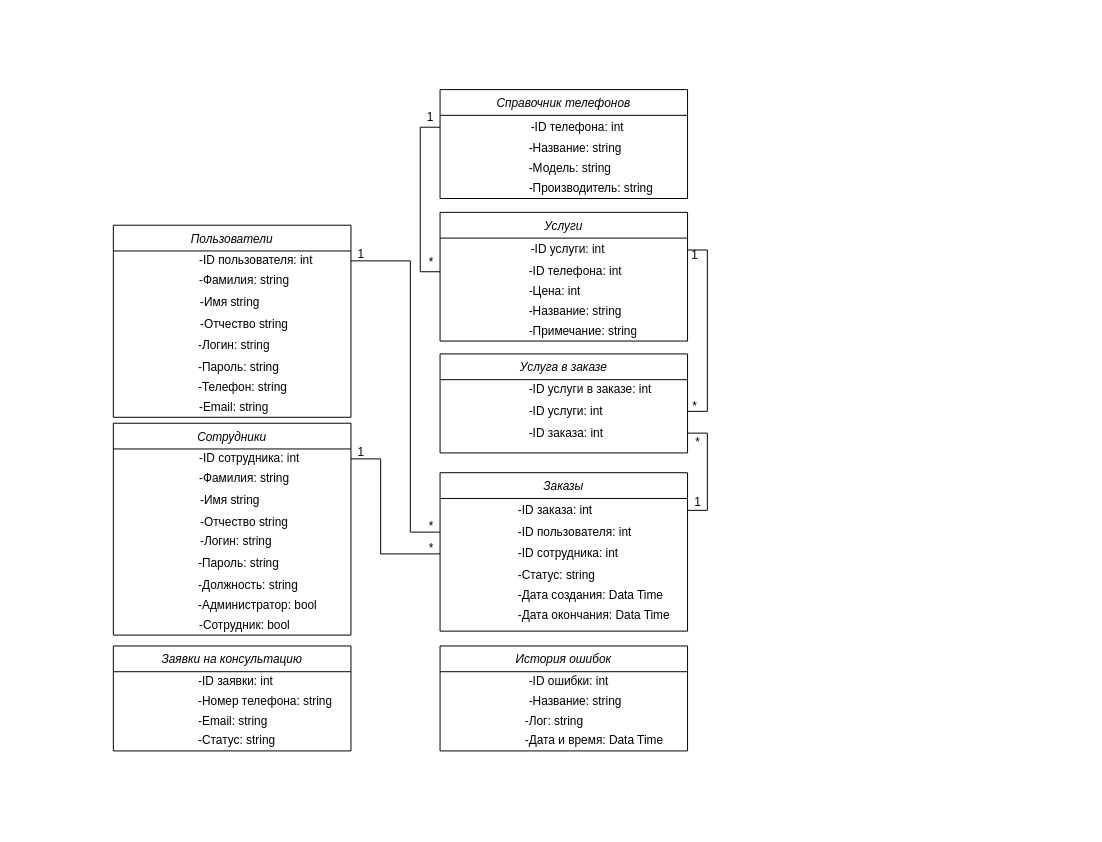
Above: page "Логическая диаграмма классов приложения" (2 of 5) of Курсач/Диаграммы/Диаграмма классов анализа.drawio in JolyBin/Valeriy (draw.io), before the change. Source tidied: cells renumbered, new cells numbered last; positions are measured from the earlier drawing's top-left corner, leaving out a move shared by most shapes. Both pictures are drawn from the tidied source at 99%, with x=0, y=0 at pixel (113, 89).
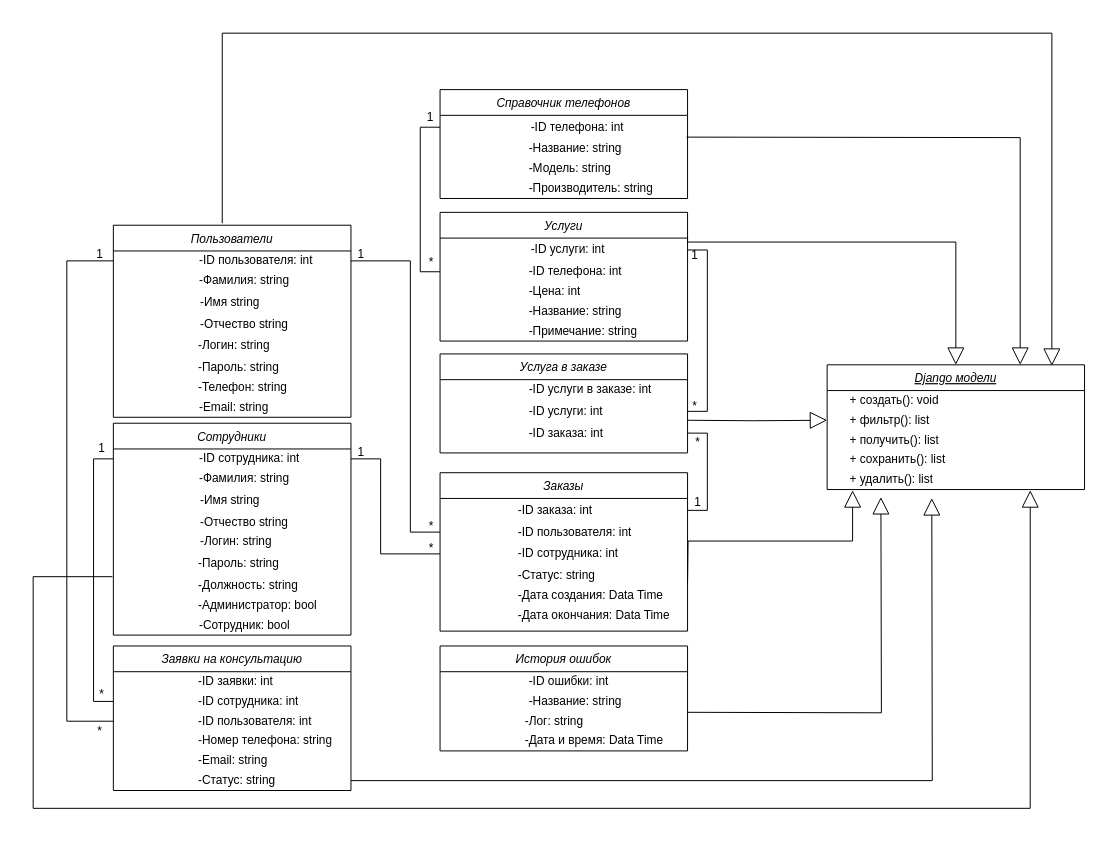
After the change.

Unchanged cells that the change refers to:
```xml
<mxCell id="4" style="shape=partialRectangle;html=1;whiteSpace=wrap;fillColor=none;top=0;left=0;bottom=0;right=0;points=[[0,0.5],[1,0.5]];portConstraint=eastwest;" parent="3" vertex="1">
  <mxGeometry width="240" height="20" as="geometry" />
</mxCell>
<mxCell id="32" style="shape=partialRectangle;html=1;whiteSpace=wrap;fillColor=none;top=0;left=0;bottom=0;right=0;points=[[0,0.5],[1,0.5]];portConstraint=eastwest;" parent="31" vertex="1">
  <mxGeometry y="26" width="240" height="20" as="geometry" />
</mxCell>
<mxCell id="53" style="shape=partialRectangle;html=1;whiteSpace=wrap;fillColor=none;top=0;left=0;bottom=0;right=0;points=[[0,0.5],[1,0.5]];portConstraint=eastwest;" parent="49" vertex="1">
  <mxGeometry y="24" width="240" height="20" as="geometry" />
</mxCell>
<mxCell id="65" style="shape=partialRectangle;html=1;whiteSpace=wrap;fillColor=none;top=0;left=0;bottom=0;right=0;points=[[0,0.5],[1,0.5]];portConstraint=eastwest;" parent="64" vertex="1">
  <mxGeometry width="240" height="20" as="geometry" />
</mxCell>
```

Change to the diagram source:
```diff
@@
     <mxCell id="63" value="Заявки на консультацию" style="swimlane;fontStyle=2;align=center;verticalAlign=top;horizontal=1;startSize=26;rounded=0;shadow=0;strokeWidth=1;" parent="1" vertex="1">
-      <mxGeometry y="562" width="240" height="106" as="geometry" />
+      <mxGeometry y="562" width="240" height="146" as="geometry" />
     </mxCell>
+    <mxCell id="168" style="shape=partialRectangle;html=1;whiteSpace=wrap;fillColor=none;top=0;left=0;bottom=0;right=0;" parent="63" vertex="1">
+      <mxGeometry y="26" width="240" height="20" as="geometry" />
+    </mxCell>
+    <mxCell id="169" style="shape=partialRectangle;html=1;whiteSpace=wrap;overflow=hidden;fillColor=none;top=0;left=0;bottom=0;right=0;align=left;" parent="168" vertex="1">
+      <mxGeometry width="84" height="20" as="geometry" />
+    </mxCell>
+    <mxCell id="170" value="-ID заявки: int" style="shape=partialRectangle;html=1;whiteSpace=wrap;overflow=hidden;fillColor=none;top=0;left=0;bottom=0;right=0;align=left;" parent="168" vertex="1">
+      <mxGeometry x="84" width="156" height="20" as="geometry" />
+    </mxCell>
+    <mxCell id="171" style="shape=partialRectangle;html=1;whiteSpace=wrap;fillColor=none;top=0;left=0;bottom=0;right=0;points=[[0,0.5],[1,0.5]];portConstraint=eastwest;" parent="63" vertex="1">
+      <mxGeometry y="46" width="240" height="20" as="geometry" />
+    </mxCell>
+    <mxCell id="172" style="shape=partialRectangle;html=1;whiteSpace=wrap;overflow=hidden;fillColor=none;top=0;left=0;bottom=0;right=0;align=left;" parent="171" vertex="1">
+      <mxGeometry width="84" height="20" as="geometry" />
+    </mxCell>
+    <mxCell id="173" value="-ID сотрудника: int" style="shape=partialRectangle;html=1;whiteSpace=wrap;overflow=hidden;fillColor=none;top=0;left=0;bottom=0;right=0;align=left;" parent="171" vertex="1">
+      <mxGeometry x="84" width="156" height="20" as="geometry" />
+    </mxCell>
     <mxCell id="64" style="shape=table;html=1;whiteSpace=wrap;startSize=0;childLayout=tableLayout;fillColor=none;align=left;strokeColor=none;" parent="63" vertex="1">
-      <mxGeometry y="26" width="240" height="40" as="geometry" />
+      <mxGeometry y="66" width="240" height="40" as="geometry" />
     </mxCell>
@@
-    <mxCell id="67" value="-ID заявки: int" style="shape=partialRectangle;html=1;whiteSpace=wrap;overflow=hidden;fillColor=none;top=0;left=0;bottom=0;right=0;align=left;" parent="65" vertex="1">
+    <mxCell id="67" value="-ID пользователя: int" style="shape=partialRectangle;html=1;whiteSpace=wrap;overflow=hidden;fillColor=none;top=0;left=0;bottom=0;right=0;align=left;" parent="65" vertex="1">
       <mxGeometry x="84" width="156" height="20" as="geometry" />
     </mxCell>
@@
     <mxCell id="71" style="shape=partialRectangle;html=1;whiteSpace=wrap;fillColor=none;top=0;left=0;bottom=0;right=0;" parent="63" vertex="1">
-      <mxGeometry y="66" width="240" height="20" as="geometry" />
+      <mxGeometry y="106" width="240" height="20" as="geometry" />
     </mxCell>
@@
     <mxCell id="74" style="shape=partialRectangle;html=1;whiteSpace=wrap;fillColor=none;top=0;left=0;bottom=0;right=0;points=[[0,0.5],[1,0.5]];portConstraint=eastwest;" parent="63" vertex="1">
-      <mxGeometry y="86" width="240" height="20" as="geometry" />
+      <mxGeometry y="126" width="240" height="20" as="geometry" />
     </mxCell>
@@
+    <mxCell id="174" style="edgeStyle=orthogonalEdgeStyle;rounded=0;jettySize=auto;html=1;exitX=0;exitY=0.5;exitDx=0;exitDy=0;entryX=0;entryY=0.5;entryDx=0;entryDy=0;endArrow=none;endFill=0;" parent="1" edge="1" source="4" target="65">
+      <mxGeometry relative="1" as="geometry">
+        <Array as="points">
+          <mxPoint x="-47" y="173" />
+          <mxPoint x="-47" y="638" />
+        </Array>
+      </mxGeometry>
+    </mxCell>
+    <mxCell id="175" value="1" style="text;html=1;align=center;verticalAlign=middle;" parent="1" vertex="1">
+      <mxGeometry x="-24" y="157" width="20" height="20" as="geometry" />
+    </mxCell>
+    <mxCell id="176" value="*" style="text;html=1;align=center;verticalAlign=middle;" parent="1" vertex="1">
+      <mxGeometry x="-24" y="638" width="20" height="20" as="geometry" />
+    </mxCell>
+    <mxCell id="177" style="edgeStyle=orthogonalEdgeStyle;rounded=0;jettySize=auto;html=1;exitX=0;exitY=0.5;exitDx=0;exitDy=0;entryX=0;entryY=0.5;entryDx=0;entryDy=0;endArrow=none;endFill=0;" parent="1" edge="1" source="32" target="171">
+      <mxGeometry relative="1" as="geometry" />
+    </mxCell>
+    <mxCell id="178" value="1" style="text;html=1;align=center;verticalAlign=middle;" parent="1" vertex="1">
+      <mxGeometry x="-22" y="353" width="20" height="20" as="geometry" />
+    </mxCell>
+    <mxCell id="179" value="*" style="text;html=1;align=center;verticalAlign=middle;" parent="1" vertex="1">
+      <mxGeometry x="-22" y="601" width="20" height="20" as="geometry" />
+    </mxCell>
+    <mxCell id="180" style="edgeStyle=orthogonalEdgeStyle;rounded=0;jettySize=auto;html=1;exitX=1;exitY=0;exitDx=0;exitDy=0;endArrow=block;endFill=0;endSize=15;" parent="1" edge="1" target="188">
+      <mxGeometry relative="1" as="geometry">
+        <mxPoint x="580" y="148" as="sourcePoint" />
+        <Array as="points">
+          <mxPoint x="580" y="154" />
+          <mxPoint x="851" y="154" />
+        </Array>
+      </mxGeometry>
+    </mxCell>
+    <mxCell id="181" style="edgeStyle=orthogonalEdgeStyle;rounded=0;jettySize=auto;html=1;entryX=0.873;entryY=0.008;entryDx=0;entryDy=0;endArrow=block;endFill=0;entryPerimeter=0;endSize=15;" parent="1" edge="1" target="188">
+      <mxGeometry relative="1" as="geometry">
+        <mxPoint x="110" y="135" as="sourcePoint" />
+        <Array as="points">
+          <mxPoint x="110" y="-57" />
+          <mxPoint x="948" y="-57" />
+        </Array>
+      </mxGeometry>
+    </mxCell>
+    <mxCell id="182" style="edgeStyle=orthogonalEdgeStyle;rounded=0;jettySize=auto;html=1;exitX=1;exitY=0.5;exitDx=0;exitDy=0;endArrow=block;endFill=0;endSize=15;" parent="1" edge="1" source="74">
+      <mxGeometry relative="1" as="geometry">
+        <mxPoint x="826.7" y="412.7" as="targetPoint" />
+      </mxGeometry>
+    </mxCell>
+    <mxCell id="183" style="edgeStyle=orthogonalEdgeStyle;rounded=0;jettySize=auto;html=1;exitX=1;exitY=0.5;exitDx=0;exitDy=0;entryX=0.75;entryY=0;entryDx=0;entryDy=0;endArrow=block;endFill=0;endSize=15;" parent="1" edge="1" target="188">
+      <mxGeometry relative="1" as="geometry">
+        <mxPoint x="579" y="48" as="sourcePoint" />
+      </mxGeometry>
+    </mxCell>
+    <mxCell id="184" style="edgeStyle=orthogonalEdgeStyle;rounded=0;jettySize=auto;html=1;entryX=0;entryY=0.5;entryDx=0;entryDy=0;endArrow=block;endFill=0;endSize=15;" parent="1" edge="1" target="193">
+      <mxGeometry relative="1" as="geometry">
+        <mxPoint x="580" y="334" as="sourcePoint" />
+      </mxGeometry>
+    </mxCell>
+    <mxCell id="185" style="edgeStyle=orthogonalEdgeStyle;rounded=0;jettySize=auto;html=1;exitX=1;exitY=0.5;exitDx=0;exitDy=0;entryX=0.099;entryY=1.036;entryDx=0;entryDy=0;entryPerimeter=0;endArrow=block;endFill=0;endSize=15;" parent="1" edge="1" target="202">
+      <mxGeometry relative="1" as="geometry">
+        <mxPoint x="580" y="498" as="sourcePoint" />
+      </mxGeometry>
+    </mxCell>
+    <mxCell id="186" style="edgeStyle=orthogonalEdgeStyle;rounded=0;orthogonalLoop=1;jettySize=auto;html=1;endArrow=block;endFill=0;endSize=15;" parent="1" edge="1">
+      <mxGeometry relative="1" as="geometry">
+        <mxPoint x="580" y="629" as="sourcePoint" />
+        <mxPoint x="775.3" y="411.6" as="targetPoint" />
+      </mxGeometry>
+    </mxCell>
+    <mxCell id="187" style="edgeStyle=orthogonalEdgeStyle;rounded=0;jettySize=auto;html=1;exitX=-0.004;exitY=0.05;exitDx=0;exitDy=0;entryX=0.789;entryY=1.036;entryDx=0;entryDy=0;entryPerimeter=0;endArrow=block;endFill=0;endSize=15;exitPerimeter=0;" parent="1" edge="1" source="53" target="202">
+      <mxGeometry relative="1" as="geometry">
+        <Array as="points">
+          <mxPoint x="-81" y="492" />
+          <mxPoint x="-81" y="726" />
+          <mxPoint x="926" y="726" />
+        </Array>
+      </mxGeometry>
+    </mxCell>
+    <mxCell id="188" value="Django модели" style="swimlane;fontStyle=6;align=center;verticalAlign=top;horizontal=1;startSize=26;rounded=0;shadow=0;strokeWidth=1;" parent="1" vertex="1">
+      <mxGeometry x="721" y="278" width="260" height="126" as="geometry" />
+    </mxCell>
+    <mxCell id="189" style="shape=table;html=1;whiteSpace=wrap;startSize=0;childLayout=tableLayout;fillColor=none;align=left;strokeColor=none;" parent="188" vertex="1">
+      <mxGeometry y="26" width="260" height="40" as="geometry" />
+    </mxCell>
+    <mxCell id="190" style="shape=partialRectangle;html=1;whiteSpace=wrap;fillColor=none;top=0;left=0;bottom=0;right=0;" parent="189" vertex="1">
+      <mxGeometry width="260" height="20" as="geometry" />
+    </mxCell>
+    <mxCell id="191" style="shape=partialRectangle;html=1;whiteSpace=wrap;overflow=hidden;fillColor=none;top=0;left=0;bottom=0;right=0;" parent="190" vertex="1">
+      <mxGeometry width="21" height="20" as="geometry" />
+    </mxCell>
+    <mxCell id="192" value="+ создать(): void" style="shape=partialRectangle;html=1;whiteSpace=wrap;overflow=hidden;fillColor=none;top=0;left=0;bottom=0;right=0;align=left;" parent="190" vertex="1">
+      <mxGeometry x="21" width="239" height="20" as="geometry" />
+    </mxCell>
+    <mxCell id="193" style="shape=partialRectangle;html=1;whiteSpace=wrap;fillColor=none;top=0;left=0;bottom=0;right=0;points=[[0,0.5],[1,0.5]];portConstraint=eastwest;" parent="189" vertex="1">
+      <mxGeometry y="20" width="260" height="20" as="geometry" />
+    </mxCell>
+    <mxCell id="194" style="shape=partialRectangle;html=1;whiteSpace=wrap;overflow=hidden;fillColor=none;top=0;left=0;bottom=0;right=0;" parent="193" vertex="1">
+      <mxGeometry width="21" height="20" as="geometry" />
+    </mxCell>
+    <mxCell id="195" value="+ фильтр(): list" style="shape=partialRectangle;html=1;whiteSpace=wrap;overflow=hidden;fillColor=none;top=0;left=0;bottom=0;right=0;align=left;" parent="193" vertex="1">
+      <mxGeometry x="21" width="239" height="20" as="geometry" />
+    </mxCell>
+    <mxCell id="196" style="shape=partialRectangle;html=1;whiteSpace=wrap;fillColor=none;top=0;left=0;bottom=0;right=0;" parent="188" vertex="1">
+      <mxGeometry y="66" width="260" height="20" as="geometry" />
+    </mxCell>
+    <mxCell id="197" style="shape=partialRectangle;html=1;whiteSpace=wrap;overflow=hidden;fillColor=none;top=0;left=0;bottom=0;right=0;" parent="196" vertex="1">
+      <mxGeometry width="21" height="20" as="geometry" />
+    </mxCell>
+    <mxCell id="198" value="+ получить(): list" style="shape=partialRectangle;html=1;whiteSpace=wrap;overflow=hidden;fillColor=none;top=0;left=0;bottom=0;right=0;align=left;" parent="196" vertex="1">
+      <mxGeometry x="21" width="239" height="20" as="geometry" />
+    </mxCell>
+    <mxCell id="199" style="shape=partialRectangle;html=1;whiteSpace=wrap;fillColor=none;top=0;left=0;bottom=0;right=0;" parent="188" vertex="1">
+      <mxGeometry y="86" width="260" height="20" as="geometry" />
+    </mxCell>
+    <mxCell id="200" style="shape=partialRectangle;html=1;whiteSpace=wrap;overflow=hidden;fillColor=none;top=0;left=0;bottom=0;right=0;" parent="199" vertex="1">
+      <mxGeometry width="21" height="20" as="geometry" />
+    </mxCell>
+    <mxCell id="201" value="+ сохранить(): list" style="shape=partialRectangle;html=1;whiteSpace=wrap;overflow=hidden;fillColor=none;top=0;left=0;bottom=0;right=0;align=left;" parent="199" vertex="1">
+      <mxGeometry x="21" width="239" height="20" as="geometry" />
+    </mxCell>
+    <mxCell id="202" style="shape=partialRectangle;html=1;whiteSpace=wrap;fillColor=none;top=0;left=0;bottom=0;right=0;points=[[0,0.5],[1,0.5]];portConstraint=eastwest;" parent="188" vertex="1">
+      <mxGeometry y="106" width="260" height="20" as="geometry" />
+    </mxCell>
+    <mxCell id="203" style="shape=partialRectangle;html=1;whiteSpace=wrap;overflow=hidden;fillColor=none;top=0;left=0;bottom=0;right=0;" parent="202" vertex="1">
+      <mxGeometry width="21" height="20" as="geometry" />
+    </mxCell>
+    <mxCell id="204" value="+ удалить(): list" style="shape=partialRectangle;html=1;whiteSpace=wrap;overflow=hidden;fillColor=none;top=0;left=0;bottom=0;right=0;align=left;" parent="202" vertex="1">
+      <mxGeometry x="21" width="239" height="20" as="geometry" />
+    </mxCell>
```
